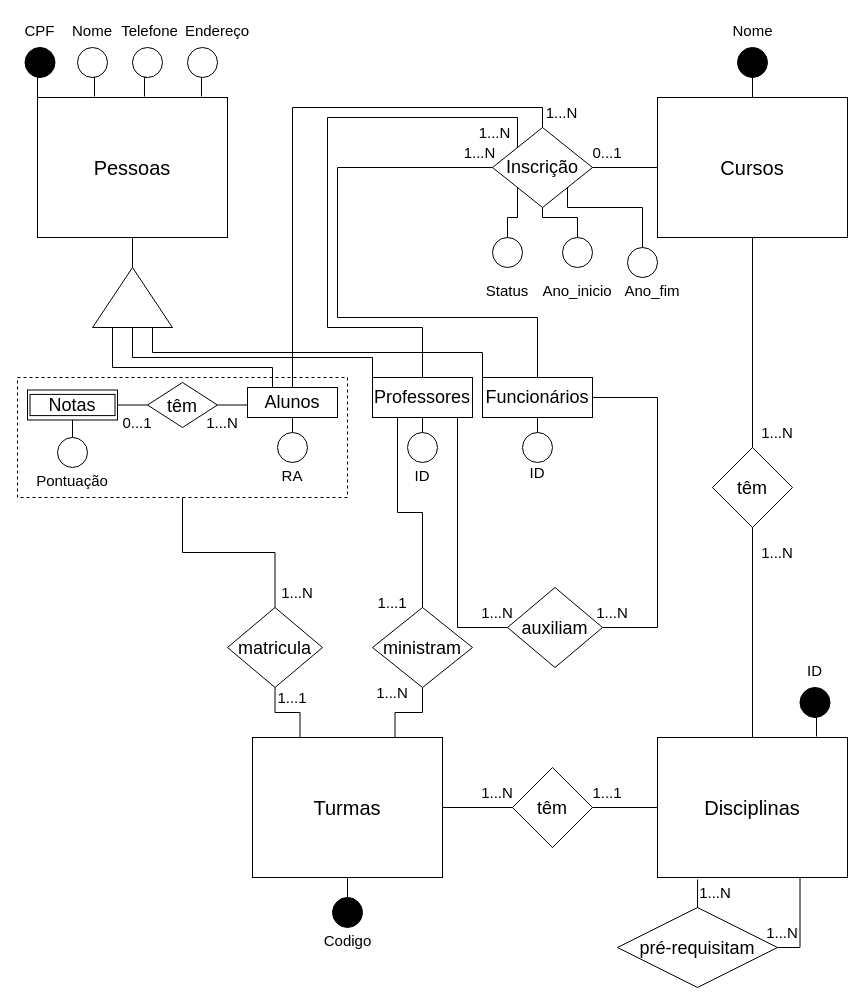
Earlier version of the draw.io diagram Lists/List01/Exec05/University.drawio (RenanGAS/Database-1). Source tidied: cells renumbered, new cells numbered last; positions are measured from the earlier drawing's top-left corner, leaving out a move shared by most shapes. Both pictures are drawn from the tidied source at 100%, with x=0, y=0 at pixel (17, 17).
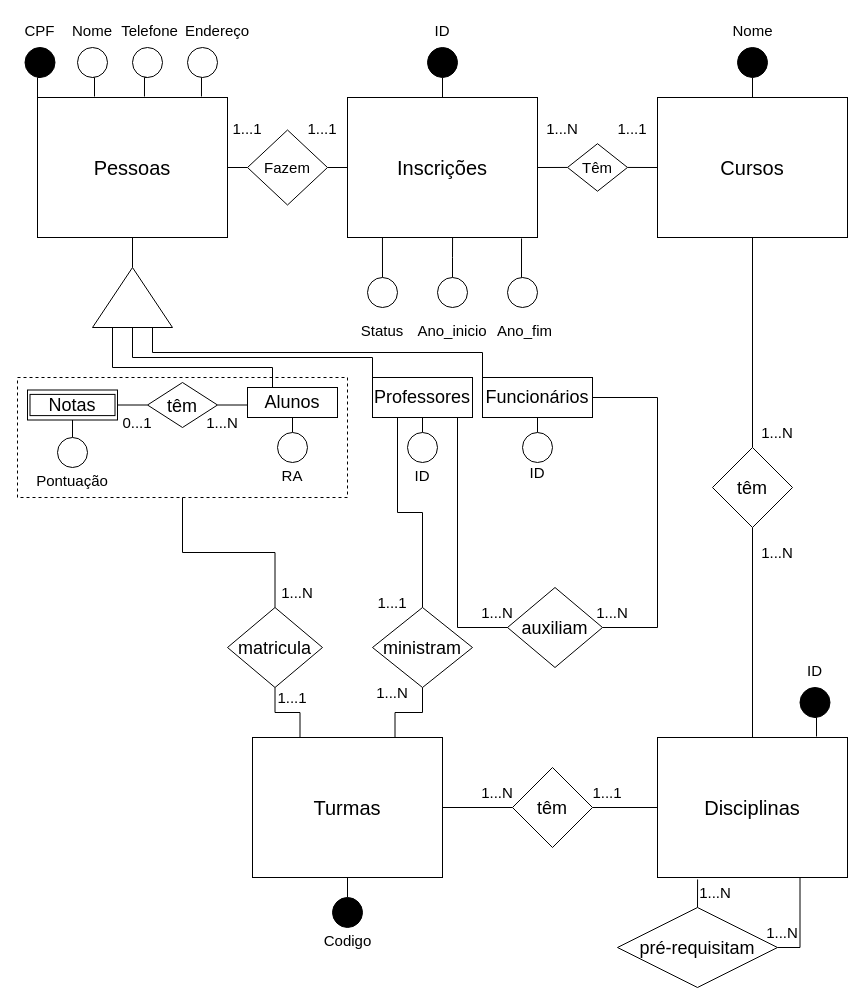
The same diagram, later.

The change refers to these unchanged cells:
```xml
<mxCell id="2" value="&lt;font style=&quot;font-size: 20px&quot;&gt;Cursos&lt;/font&gt;" style="rounded=0;whiteSpace=wrap;html=1;" parent="1" vertex="1">
  <mxGeometry x="640" y="80" width="190" height="140" as="geometry" />
</mxCell>
<mxCell id="4" value="&lt;span style=&quot;font-size: 20px&quot;&gt;Pessoas&lt;/span&gt;" style="rounded=0;whiteSpace=wrap;html=1;" parent="1" vertex="1">
  <mxGeometry x="20" y="80" width="190" height="140" as="geometry" />
</mxCell>
<mxCell id="20" value="Alunos" style="rounded=0;whiteSpace=wrap;html=1;fontSize=18;" parent="1" vertex="1">
  <mxGeometry x="230" y="370" width="90" height="30" as="geometry" />
</mxCell>
<mxCell id="23" value="Professores" style="rounded=0;whiteSpace=wrap;html=1;fontSize=18;" parent="1" vertex="1">
  <mxGeometry x="355" y="360" width="100" height="40" as="geometry" />
</mxCell>
<mxCell id="27" value="Funcionários" style="rounded=0;whiteSpace=wrap;html=1;fontSize=18;" parent="1" vertex="1">
  <mxGeometry x="465" y="360" width="110" height="40" as="geometry" />
</mxCell>
```

Diff of the diagram source:
```diff
@@
-    <mxCell id="19" style="edgeStyle=orthogonalEdgeStyle;rounded=0;jettySize=auto;html=1;exitX=0.5;exitY=0;exitDx=0;exitDy=0;entryX=0.5;entryY=0;entryDx=0;entryDy=0;fontSize=15;endArrow=none;endFill=0;" parent="1" edge="1" source="20" target="29">
-      <mxGeometry relative="1" as="geometry" />
-    </mxCell>
@@
-    <mxCell id="22" style="edgeStyle=orthogonalEdgeStyle;rounded=0;jettySize=auto;html=1;exitX=0.5;exitY=0;exitDx=0;exitDy=0;entryX=0;entryY=0;entryDx=0;entryDy=0;fontSize=15;endArrow=none;endFill=0;" parent="1" edge="1" source="23" target="29">
-      <mxGeometry relative="1" as="geometry">
-        <Array as="points">
-          <mxPoint x="405" y="310" />
-          <mxPoint x="310" y="310" />
-          <mxPoint x="310" y="100" />
-          <mxPoint x="500" y="100" />
-        </Array>
-      </mxGeometry>
-    </mxCell>
@@
-    <mxCell id="25" style="edgeStyle=orthogonalEdgeStyle;rounded=0;jettySize=auto;html=1;exitX=0.5;exitY=0;exitDx=0;exitDy=0;entryX=0;entryY=0.5;entryDx=0;entryDy=0;fontSize=15;endArrow=none;endFill=0;" parent="1" edge="1" source="27" target="29">
-      <mxGeometry relative="1" as="geometry">
-        <Array as="points">
-          <mxPoint x="520" y="300" />
-          <mxPoint x="320" y="300" />
-          <mxPoint x="320" y="150" />
-        </Array>
-      </mxGeometry>
-    </mxCell>
@@
-    <mxCell id="28" style="edgeStyle=orthogonalEdgeStyle;rounded=0;jettySize=auto;html=1;exitX=1;exitY=0.5;exitDx=0;exitDy=0;entryX=0;entryY=0.5;entryDx=0;entryDy=0;fontSize=15;endArrow=none;endFill=0;" parent="1" edge="1" source="29" target="2">
-      <mxGeometry relative="1" as="geometry" />
-    </mxCell>
-    <mxCell id="29" value="Inscrição" style="rhombus;whiteSpace=wrap;html=1;fontSize=18;" parent="1" vertex="1">
-      <mxGeometry x="475" y="110" width="100" height="80" as="geometry" />
-    </mxCell>
-    <mxCell id="30" style="edgeStyle=orthogonalEdgeStyle;rounded=0;jettySize=auto;html=1;exitX=0.5;exitY=0;exitDx=0;exitDy=0;entryX=0;entryY=1;entryDx=0;entryDy=0;fontSize=15;endArrow=none;endFill=0;" parent="1" edge="1" source="31" target="29">
-      <mxGeometry relative="1" as="geometry" />
-    </mxCell>
+    <mxCell id="103" style="edgeStyle=orthogonalEdgeStyle;rounded=0;jettySize=auto;html=1;exitX=0.5;exitY=0;exitDx=0;exitDy=0;entryX=0.184;entryY=1;entryDx=0;entryDy=0;entryPerimeter=0;fontSize=18;endArrow=none;endFill=0;" parent="1" edge="1" source="31" target="107">
+      <mxGeometry relative="1" as="geometry" />
+    </mxCell>
     <mxCell id="31" style="ellipse;whiteSpace=wrap;html=1;fontSize=18;direction=east;flipH=0;flipV=1;" parent="1" vertex="1">
-      <mxGeometry x="475" y="220" width="30" height="30" as="geometry" />
+      <mxGeometry x="350" y="260" width="30" height="30" as="geometry" />
     </mxCell>
     <mxCell id="32" value="&lt;font style=&quot;font-size: 15px&quot;&gt;Status&lt;/font&gt;" style="text;html=1;strokeColor=none;fillColor=none;align=center;verticalAlign=middle;whiteSpace=wrap;rounded=0;fontSize=18;direction=east;flipH=0;flipV=1;" parent="1" vertex="1">
-      <mxGeometry x="465" y="260" width="50" height="25" as="geometry" />
+      <mxGeometry x="340" y="300" width="50" height="25" as="geometry" />
     </mxCell>
-    <mxCell id="33" style="edgeStyle=orthogonalEdgeStyle;rounded=0;jettySize=auto;html=1;exitX=0.5;exitY=0;exitDx=0;exitDy=0;entryX=0.5;entryY=1;entryDx=0;entryDy=0;fontSize=15;endArrow=none;endFill=0;" parent="1" edge="1" source="34" target="29">
-      <mxGeometry relative="1" as="geometry" />
-    </mxCell>
+    <mxCell id="104" style="edgeStyle=orthogonalEdgeStyle;rounded=0;jettySize=auto;html=1;exitX=0.5;exitY=0;exitDx=0;exitDy=0;entryX=0.553;entryY=1;entryDx=0;entryDy=0;entryPerimeter=0;fontSize=18;endArrow=none;endFill=0;" parent="1" edge="1" source="34" target="107">
+      <mxGeometry relative="1" as="geometry" />
+    </mxCell>
     <mxCell id="34" style="ellipse;whiteSpace=wrap;html=1;fontSize=18;direction=east;flipH=0;flipV=1;" parent="1" vertex="1">
-      <mxGeometry x="545" y="220" width="30" height="30" as="geometry" />
+      <mxGeometry x="420" y="260" width="30" height="30" as="geometry" />
     </mxCell>
     <mxCell id="35" value="&lt;font style=&quot;font-size: 15px&quot;&gt;Ano_inicio&lt;/font&gt;" style="text;html=1;strokeColor=none;fillColor=none;align=center;verticalAlign=middle;whiteSpace=wrap;rounded=0;fontSize=18;direction=east;flipH=0;flipV=1;" parent="1" vertex="1">
-      <mxGeometry x="535" y="260" width="50" height="25" as="geometry" />
+      <mxGeometry x="410" y="300" width="50" height="25" as="geometry" />
     </mxCell>
-    <mxCell id="36" style="edgeStyle=orthogonalEdgeStyle;rounded=0;jettySize=auto;html=1;exitX=0.5;exitY=0;exitDx=0;exitDy=0;entryX=1;entryY=1;entryDx=0;entryDy=0;fontSize=15;endArrow=none;endFill=0;" parent="1" edge="1" source="37" target="29">
-      <mxGeometry relative="1" as="geometry">
-        <Array as="points">
-          <mxPoint x="625" y="190" />
-          <mxPoint x="550" y="190" />
-        </Array>
-      </mxGeometry>
-    </mxCell>
+    <mxCell id="105" style="edgeStyle=orthogonalEdgeStyle;rounded=0;jettySize=auto;html=1;exitX=0.5;exitY=0;exitDx=0;exitDy=0;entryX=0.916;entryY=1.007;entryDx=0;entryDy=0;entryPerimeter=0;fontSize=18;endArrow=none;endFill=0;" parent="1" edge="1" source="37" target="107">
+      <mxGeometry relative="1" as="geometry" />
+    </mxCell>
     <mxCell id="37" style="ellipse;whiteSpace=wrap;html=1;fontSize=18;direction=east;flipH=0;flipV=1;" parent="1" vertex="1">
-      <mxGeometry x="610" y="230" width="30" height="30" as="geometry" />
+      <mxGeometry x="490" y="260" width="30" height="30" as="geometry" />
     </mxCell>
     <mxCell id="38" value="&lt;span style=&quot;font-size: 15px&quot;&gt;Ano_fim&lt;/span&gt;" style="text;html=1;strokeColor=none;fillColor=none;align=center;verticalAlign=middle;whiteSpace=wrap;rounded=0;fontSize=18;direction=east;flipH=0;flipV=1;" parent="1" vertex="1">
-      <mxGeometry x="610" y="260" width="50" height="25" as="geometry" />
+      <mxGeometry x="480" y="302.5" width="55" height="20" as="geometry" />
     </mxCell>
@@
-    <mxCell id="85" value="&lt;font color=&quot;#000000&quot;&gt;1...N&lt;/font&gt;" style="text;html=1;strokeColor=none;fillColor=none;align=center;verticalAlign=middle;whiteSpace=wrap;rounded=0;labelBackgroundColor=none;fontSize=15;fontColor=#FFFFFF;" parent="1" vertex="1">
-      <mxGeometry x="450" y="120" width="25" height="30" as="geometry" />
-    </mxCell>
-    <mxCell id="86" value="&lt;font color=&quot;#000000&quot;&gt;1...N&lt;/font&gt;" style="text;html=1;strokeColor=none;fillColor=none;align=center;verticalAlign=middle;whiteSpace=wrap;rounded=0;labelBackgroundColor=none;fontSize=15;fontColor=#FFFFFF;" parent="1" vertex="1">
-      <mxGeometry x="460" y="100" width="35" height="30" as="geometry" />
-    </mxCell>
-    <mxCell id="87" value="&lt;font color=&quot;#000000&quot;&gt;1...N&lt;/font&gt;" style="text;html=1;strokeColor=none;fillColor=none;align=center;verticalAlign=middle;whiteSpace=wrap;rounded=0;labelBackgroundColor=none;fontSize=15;fontColor=#FFFFFF;" parent="1" vertex="1">
-      <mxGeometry x="527.5" y="80" width="32.5" height="30" as="geometry" />
-    </mxCell>
-    <mxCell id="88" value="&lt;font color=&quot;#000000&quot;&gt;0...1&lt;/font&gt;" style="text;html=1;strokeColor=none;fillColor=none;align=center;verticalAlign=middle;whiteSpace=wrap;rounded=0;labelBackgroundColor=none;fontSize=15;fontColor=#FFFFFF;" parent="1" vertex="1">
-      <mxGeometry x="580" y="120" width="20" height="30" as="geometry" />
-    </mxCell>
@@
+    <mxCell id="106" style="edgeStyle=orthogonalEdgeStyle;rounded=0;jettySize=auto;html=1;exitX=1;exitY=0.5;exitDx=0;exitDy=0;entryX=0;entryY=0.5;entryDx=0;entryDy=0;fontSize=15;endArrow=none;endFill=0;" parent="1" edge="1" source="107" target="115">
+      <mxGeometry relative="1" as="geometry" />
+    </mxCell>
+    <mxCell id="107" value="&lt;span style=&quot;font-size: 20px&quot;&gt;Inscrições&lt;/span&gt;" style="rounded=0;whiteSpace=wrap;html=1;" parent="1" vertex="1">
+      <mxGeometry x="330" y="80" width="190" height="140" as="geometry" />
+    </mxCell>
+    <mxCell id="108" value="&lt;font style=&quot;font-size: 15px&quot;&gt;ID&lt;/font&gt;" style="text;html=1;strokeColor=none;fillColor=none;align=center;verticalAlign=middle;whiteSpace=wrap;rounded=0;labelBackgroundColor=#FFFFFF;fontSize=18;" parent="1" vertex="1">
+      <mxGeometry x="415" y="2.5" width="20" height="20" as="geometry" />
+    </mxCell>
+    <mxCell id="109" style="edgeStyle=orthogonalEdgeStyle;rounded=0;jettySize=auto;html=1;exitX=0.5;exitY=1;exitDx=0;exitDy=0;entryX=0.5;entryY=0;entryDx=0;entryDy=0;fontSize=15;endArrow=none;endFill=0;" parent="1" edge="1" source="110" target="107">
+      <mxGeometry relative="1" as="geometry" />
+    </mxCell>
+    <mxCell id="110" style="ellipse;whiteSpace=wrap;html=1;fontSize=18;direction=east;flipH=0;flipV=1;labelBackgroundColor=#000000;fillColor=#000000;" parent="1" vertex="1">
+      <mxGeometry x="410" y="30" width="30" height="30" as="geometry" />
+    </mxCell>
+    <mxCell id="111" style="edgeStyle=orthogonalEdgeStyle;rounded=0;jettySize=auto;html=1;exitX=0;exitY=0.5;exitDx=0;exitDy=0;entryX=1;entryY=0.5;entryDx=0;entryDy=0;fontSize=15;endArrow=none;endFill=0;" parent="1" edge="1" source="113" target="4">
+      <mxGeometry relative="1" as="geometry" />
+    </mxCell>
+    <mxCell id="112" style="edgeStyle=orthogonalEdgeStyle;rounded=0;jettySize=auto;html=1;exitX=1;exitY=0.5;exitDx=0;exitDy=0;entryX=0;entryY=0.5;entryDx=0;entryDy=0;fontSize=15;endArrow=none;endFill=0;" parent="1" edge="1" source="113" target="107">
+      <mxGeometry relative="1" as="geometry" />
+    </mxCell>
+    <mxCell id="113" value="Fazem" style="rhombus;whiteSpace=wrap;html=1;labelBackgroundColor=#FFFFFF;fontSize=15;fillColor=#FFFFFF;" parent="1" vertex="1">
+      <mxGeometry x="230" y="112.5" width="80" height="75" as="geometry" />
+    </mxCell>
+    <mxCell id="114" style="edgeStyle=orthogonalEdgeStyle;rounded=0;jettySize=auto;html=1;exitX=1;exitY=0.5;exitDx=0;exitDy=0;entryX=0;entryY=0.5;entryDx=0;entryDy=0;fontSize=15;endArrow=none;endFill=0;" parent="1" edge="1" source="115" target="2">
+      <mxGeometry relative="1" as="geometry" />
+    </mxCell>
+    <mxCell id="115" value="Têm" style="rhombus;whiteSpace=wrap;html=1;labelBackgroundColor=#FFFFFF;fontSize=15;fillColor=#FFFFFF;" parent="1" vertex="1">
+      <mxGeometry x="550" y="126.2" width="60" height="47.5" as="geometry" />
+    </mxCell>
+    <mxCell id="116" value="&lt;font color=&quot;#000000&quot;&gt;1...1&lt;/font&gt;" style="text;html=1;strokeColor=none;fillColor=none;align=center;verticalAlign=middle;whiteSpace=wrap;rounded=0;labelBackgroundColor=none;fontSize=15;fontColor=#FFFFFF;" parent="1" vertex="1">
+      <mxGeometry x="220" y="96.2" width="20" height="30" as="geometry" />
+    </mxCell>
+    <mxCell id="117" value="&lt;font color=&quot;#000000&quot;&gt;1...1&lt;/font&gt;" style="text;html=1;strokeColor=none;fillColor=none;align=center;verticalAlign=middle;whiteSpace=wrap;rounded=0;labelBackgroundColor=none;fontSize=15;fontColor=#FFFFFF;" parent="1" vertex="1">
+      <mxGeometry x="295" y="96.2" width="20" height="30" as="geometry" />
+    </mxCell>
+    <mxCell id="118" value="&lt;font color=&quot;#000000&quot;&gt;1...N&lt;/font&gt;" style="text;html=1;strokeColor=none;fillColor=none;align=center;verticalAlign=middle;whiteSpace=wrap;rounded=0;labelBackgroundColor=none;fontSize=15;fontColor=#FFFFFF;" parent="1" vertex="1">
+      <mxGeometry x="535" y="96.2" width="20" height="30" as="geometry" />
+    </mxCell>
+    <mxCell id="119" value="&lt;font color=&quot;#000000&quot;&gt;1...1&lt;/font&gt;" style="text;html=1;strokeColor=none;fillColor=none;align=center;verticalAlign=middle;whiteSpace=wrap;rounded=0;labelBackgroundColor=none;fontSize=15;fontColor=#FFFFFF;" parent="1" vertex="1">
+      <mxGeometry x="605" y="96.2" width="20" height="30" as="geometry" />
+    </mxCell>
```
